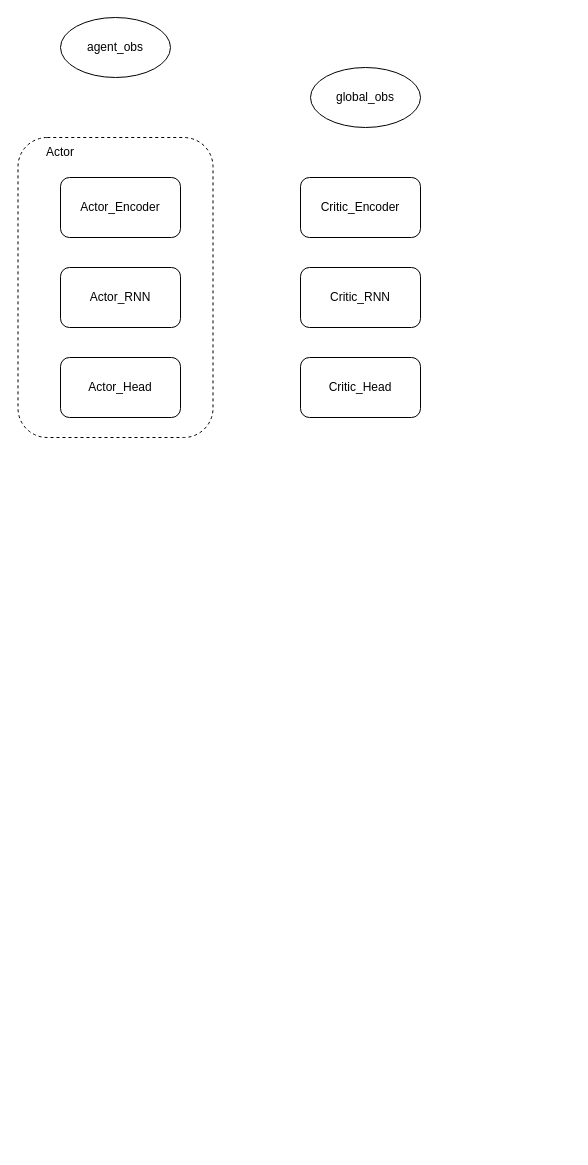
Before: HAPPO.drawio in nighood/Diagrams, a draw.io diagram. Source tidied: cells renumbered, new cells numbered last; positions are measured from the earlier drawing's top-left corner, leaving out a move shared by most shapes. Both pictures are drawn from the tidied source at 100%, with x=0, y=0 at pixel (18, 17).
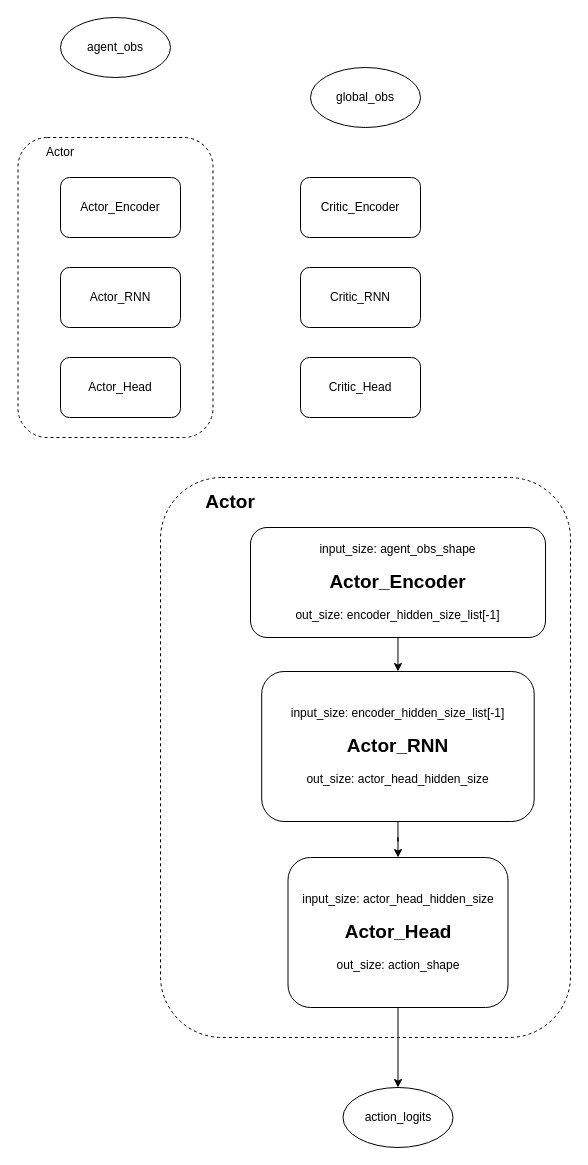
After the change.

The edit, as a diff of the source:
```diff
@@
+    <mxCell id="12" style="rounded=1;whiteSpace=wrap;html=1;strokeColor=default;dashed=1;fillColor=none;glass=0;" parent="1" vertex="1">
+      <mxGeometry x="142" y="460" width="410" height="560" as="geometry" />
+    </mxCell>
+    <mxCell id="13" style="edgeStyle=orthogonalEdgeStyle;rounded=0;jettySize=auto;html=1;exitX=0.5;exitY=1;exitDx=0;exitDy=0;entryX=0.5;entryY=0;entryDx=0;entryDy=0;" parent="1" edge="1" source="14" target="19">
+      <mxGeometry relative="1" as="geometry" />
+    </mxCell>
+    <mxCell id="14" value="input_size:&amp;nbsp;agent_obs_shape&lt;br&gt;&lt;span style=&quot;background-color: initial;&quot;&gt;&amp;nbsp;&lt;/span&gt;&lt;br&gt;&lt;font style=&quot;font-size: 19px;&quot;&gt;&lt;b&gt;Actor_Encoder&lt;/b&gt;&lt;/font&gt;&lt;br&gt;&lt;br&gt;out_size:&amp;nbsp;encoder_hidden_size_list[-1]" style="rounded=1;whiteSpace=wrap;html=1;" parent="1" vertex="1">
+      <mxGeometry x="232" y="510" width="295" height="110" as="geometry" />
+    </mxCell>
+    <mxCell id="15" style="edgeStyle=orthogonalEdgeStyle;rounded=0;jettySize=auto;html=1;exitX=0.5;exitY=1;exitDx=0;exitDy=0;" parent="1" edge="1" source="16" target="20">
+      <mxGeometry relative="1" as="geometry" />
+    </mxCell>
+    <mxCell id="16" value="input_size:&amp;nbsp;actor_head_hidden_size&lt;br&gt;&lt;br&gt;&lt;b&gt;&lt;font style=&quot;font-size: 19px;&quot;&gt;Actor_Head&lt;/font&gt;&lt;/b&gt;&lt;br&gt;&lt;br&gt;out_size:&amp;nbsp;action_shape" style="rounded=1;whiteSpace=wrap;html=1;" parent="1" vertex="1">
+      <mxGeometry x="269.5" y="840" width="220" height="150" as="geometry" />
+    </mxCell>
+    <mxCell id="17" value="&lt;b&gt;&lt;font style=&quot;font-size: 19px;&quot;&gt;Actor&lt;/font&gt;&lt;/b&gt;" style="text;html=1;strokeColor=none;fillColor=none;align=center;verticalAlign=middle;whiteSpace=wrap;rounded=0;" parent="1" vertex="1">
+      <mxGeometry x="182" y="470" width="60" height="30" as="geometry" />
+    </mxCell>
+    <mxCell id="18" style="edgeStyle=orthogonalEdgeStyle;rounded=0;jettySize=auto;html=1;exitX=0.5;exitY=1;exitDx=0;exitDy=0;" parent="1" edge="1" source="19" target="16">
+      <mxGeometry relative="1" as="geometry" />
+    </mxCell>
+    <mxCell id="19" value="input_size: encoder_hidden_size_list[-1]&lt;br&gt;&lt;br&gt;&lt;font style=&quot;font-size: 19px;&quot;&gt;&lt;b&gt;Actor_RNN&lt;/b&gt;&lt;/font&gt;&lt;br&gt;&lt;br&gt;out_size:&amp;nbsp;actor_head_hidden_size" style="rounded=1;whiteSpace=wrap;html=1;" parent="1" vertex="1">
+      <mxGeometry x="243.2" y="654" width="272.5" height="150" as="geometry" />
+    </mxCell>
+    <mxCell id="20" value="action_logits" style="ellipse;whiteSpace=wrap;html=1;" parent="1" vertex="1">
+      <mxGeometry x="324.5" y="1070" width="110" height="60" as="geometry" />
+    </mxCell>
```
